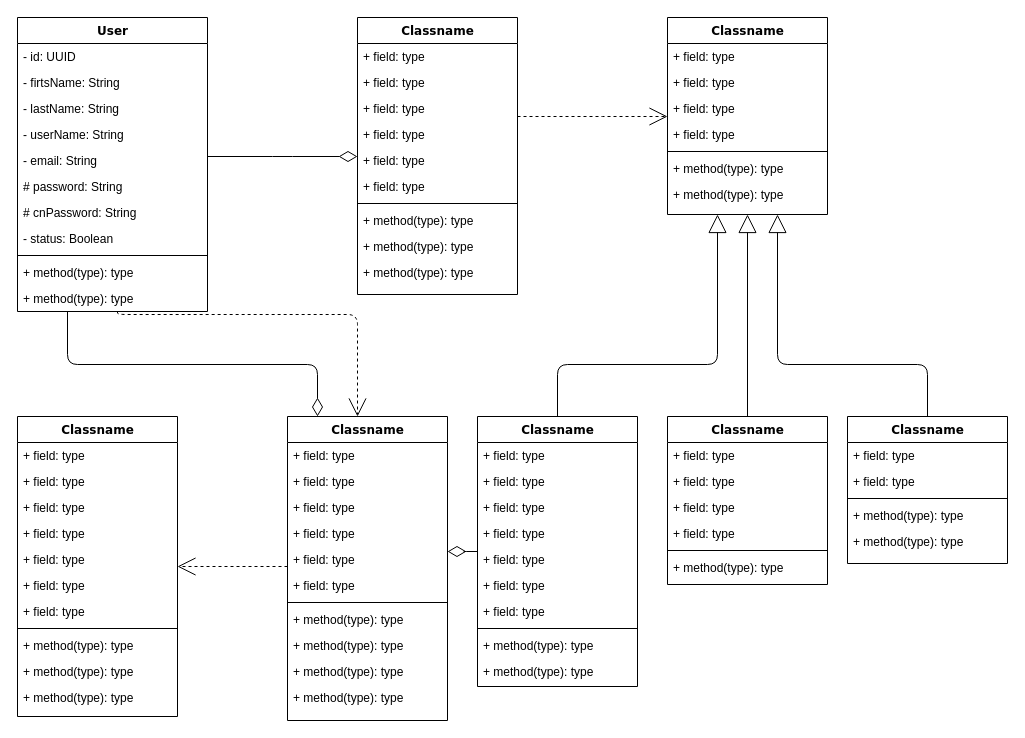
Earlier version of the draw.io diagram ecom.drawio (fardeenhsiddiqui/design-pattern). Source tidied: cells renumbered, new cells numbered last; positions are measured from the earlier drawing's top-left corner, leaving out a move shared by most shapes. Both pictures are drawn from the tidied source at 100%, with x=0, y=0 at pixel (17, 17).
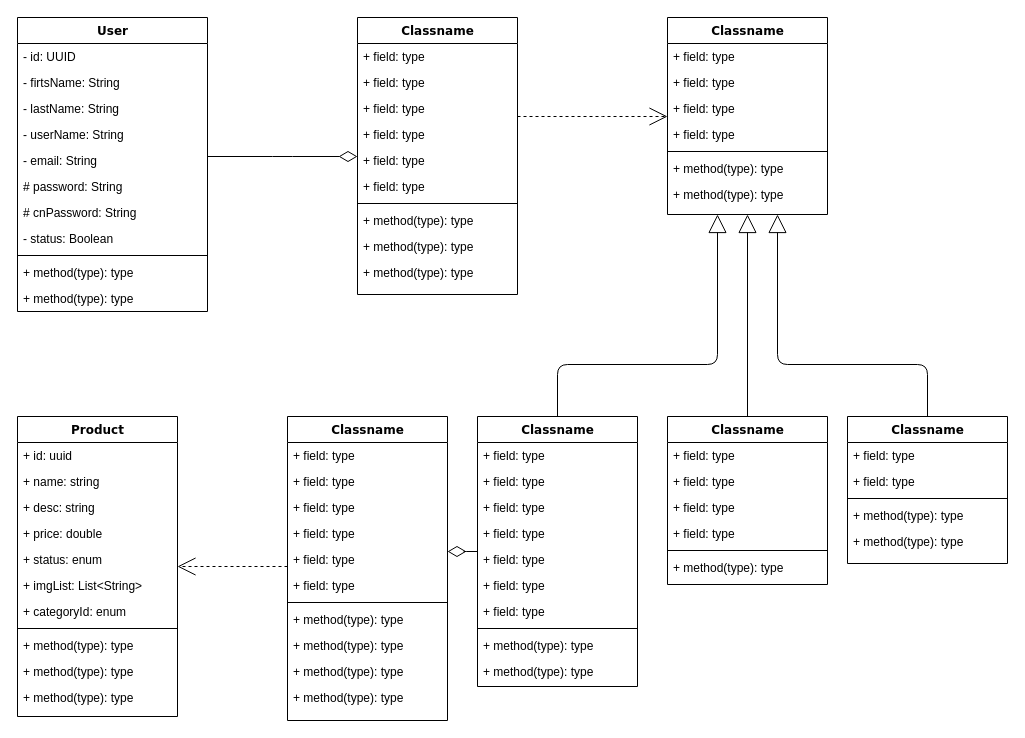
The same page after the edit.

The change refers to these unchanged cells:
```xml
<mxCell id="4" value="User" style="swimlane;html=1;fontStyle=1;align=center;verticalAlign=top;horizontal=1;startSize=26;swimlaneFillColor=#ffffff;rounded=0;shadow=0;comic=0;labelBackgroundColor=none;strokeWidth=1;fillColor=none;fontFamily=Verdana;fontSize=12;" parent="1" vertex="1">
  <mxGeometry width="190" height="294" as="geometry" />
</mxCell>
<mxCell id="50" value="Classname" style="swimlane;html=1;fontStyle=1;align=center;verticalAlign=top;horizontal=1;startSize=26;swimlaneFillColor=#ffffff;rounded=0;shadow=0;comic=0;labelBackgroundColor=none;strokeWidth=1;fillColor=none;fontFamily=Verdana;fontSize=12;" parent="1" vertex="1">
  <mxGeometry x="270" y="399" width="160" height="304" as="geometry" />
</mxCell>
```

The edit, as a diff of the source:
```diff
@@
-    <mxCell id="2" style="edgeStyle=orthogonalEdgeStyle;html=1;labelBackgroundColor=none;startFill=0;startSize=8;endArrow=open;endFill=0;endSize=16;fontFamily=Verdana;fontSize=12;dashed=1;" parent="1" edge="1" source="4" target="50">
-      <mxGeometry relative="1" as="geometry">
-        <Array as="points">
-          <mxPoint x="100" y="297" />
-          <mxPoint x="340" y="297" />
-        </Array>
-      </mxGeometry>
-    </mxCell>
-    <mxCell id="3" style="edgeStyle=orthogonalEdgeStyle;html=1;labelBackgroundColor=none;startFill=0;startSize=8;endArrow=diamondThin;endFill=0;endSize=16;fontFamily=Verdana;fontSize=12;" parent="1" edge="1" source="4" target="50">
-      <mxGeometry relative="1" as="geometry">
-        <Array as="points">
-          <mxPoint x="50" y="347" />
-          <mxPoint x="300" y="347" />
-        </Array>
-      </mxGeometry>
-    </mxCell>
@@
-    <mxCell id="37" value="Classname" style="swimlane;html=1;fontStyle=1;align=center;verticalAlign=top;horizontal=1;startSize=26;swimlaneFillColor=#ffffff;rounded=0;shadow=0;comic=0;labelBackgroundColor=none;strokeWidth=1;fillColor=none;fontFamily=Verdana;fontSize=12;" parent="1" vertex="1">
+    <mxCell id="37" value="Product" style="swimlane;html=1;fontStyle=1;align=center;verticalAlign=top;horizontal=1;startSize=26;swimlaneFillColor=#ffffff;rounded=0;shadow=0;comic=0;labelBackgroundColor=none;strokeWidth=1;fillColor=none;fontFamily=Verdana;fontSize=12;" parent="1" vertex="1">
       <mxGeometry y="399" width="160" height="300" as="geometry" />
     </mxCell>
-    <mxCell id="38" value="+ field: type" style="text;html=1;strokeColor=none;fillColor=none;align=left;verticalAlign=top;spacingLeft=4;spacingRight=4;whiteSpace=wrap;overflow=hidden;" parent="37" vertex="1">
+    <mxCell id="38" value="+ id: uuid" style="text;html=1;strokeColor=none;fillColor=none;align=left;verticalAlign=top;spacingLeft=4;spacingRight=4;whiteSpace=wrap;overflow=hidden;" parent="37" vertex="1">
       <mxGeometry y="26" width="160" height="26" as="geometry" />
     </mxCell>
-    <mxCell id="39" value="+ field: type" style="text;html=1;strokeColor=none;fillColor=none;align=left;verticalAlign=top;spacingLeft=4;spacingRight=4;whiteSpace=wrap;overflow=hidden;" parent="37" vertex="1">
+    <mxCell id="39" value="+ name: string" style="text;html=1;strokeColor=none;fillColor=none;align=left;verticalAlign=top;spacingLeft=4;spacingRight=4;whiteSpace=wrap;overflow=hidden;" parent="37" vertex="1">
       <mxGeometry y="52" width="160" height="26" as="geometry" />
     </mxCell>
-    <mxCell id="40" value="+ field: type" style="text;html=1;strokeColor=none;fillColor=none;align=left;verticalAlign=top;spacingLeft=4;spacingRight=4;whiteSpace=wrap;overflow=hidden;" parent="37" vertex="1">
+    <mxCell id="40" value="+ desc: string" style="text;html=1;strokeColor=none;fillColor=none;align=left;verticalAlign=top;spacingLeft=4;spacingRight=4;whiteSpace=wrap;overflow=hidden;" parent="37" vertex="1">
       <mxGeometry y="78" width="160" height="26" as="geometry" />
     </mxCell>
-    <mxCell id="41" value="+ field: type" style="text;html=1;strokeColor=none;fillColor=none;align=left;verticalAlign=top;spacingLeft=4;spacingRight=4;whiteSpace=wrap;overflow=hidden;" parent="37" vertex="1">
+    <mxCell id="41" value="+ price: double" style="text;html=1;strokeColor=none;fillColor=none;align=left;verticalAlign=top;spacingLeft=4;spacingRight=4;whiteSpace=wrap;overflow=hidden;" parent="37" vertex="1">
       <mxGeometry y="104" width="160" height="26" as="geometry" />
     </mxCell>
-    <mxCell id="42" value="+ field: type" style="text;html=1;strokeColor=none;fillColor=none;align=left;verticalAlign=top;spacingLeft=4;spacingRight=4;whiteSpace=wrap;overflow=hidden;" parent="37" vertex="1">
+    <mxCell id="42" value="+ status: enum" style="text;html=1;strokeColor=none;fillColor=none;align=left;verticalAlign=top;spacingLeft=4;spacingRight=4;whiteSpace=wrap;overflow=hidden;" parent="37" vertex="1">
       <mxGeometry y="130" width="160" height="26" as="geometry" />
     </mxCell>
-    <mxCell id="43" value="+ field: type" style="text;html=1;strokeColor=none;fillColor=none;align=left;verticalAlign=top;spacingLeft=4;spacingRight=4;whiteSpace=wrap;overflow=hidden;" parent="37" vertex="1">
+    <mxCell id="43" value="+ imgList: List&amp;lt;String&amp;gt;" style="text;html=1;strokeColor=none;fillColor=none;align=left;verticalAlign=top;spacingLeft=4;spacingRight=4;whiteSpace=wrap;overflow=hidden;" parent="37" vertex="1">
       <mxGeometry y="156" width="160" height="26" as="geometry" />
     </mxCell>
-    <mxCell id="44" value="+ field: type" style="text;html=1;strokeColor=none;fillColor=none;align=left;verticalAlign=top;spacingLeft=4;spacingRight=4;whiteSpace=wrap;overflow=hidden;" parent="37" vertex="1">
+    <mxCell id="44" value="+ categoryId: enum" style="text;html=1;strokeColor=none;fillColor=none;align=left;verticalAlign=top;spacingLeft=4;spacingRight=4;whiteSpace=wrap;overflow=hidden;" parent="37" vertex="1">
       <mxGeometry y="182" width="160" height="26" as="geometry" />
     </mxCell>
```
